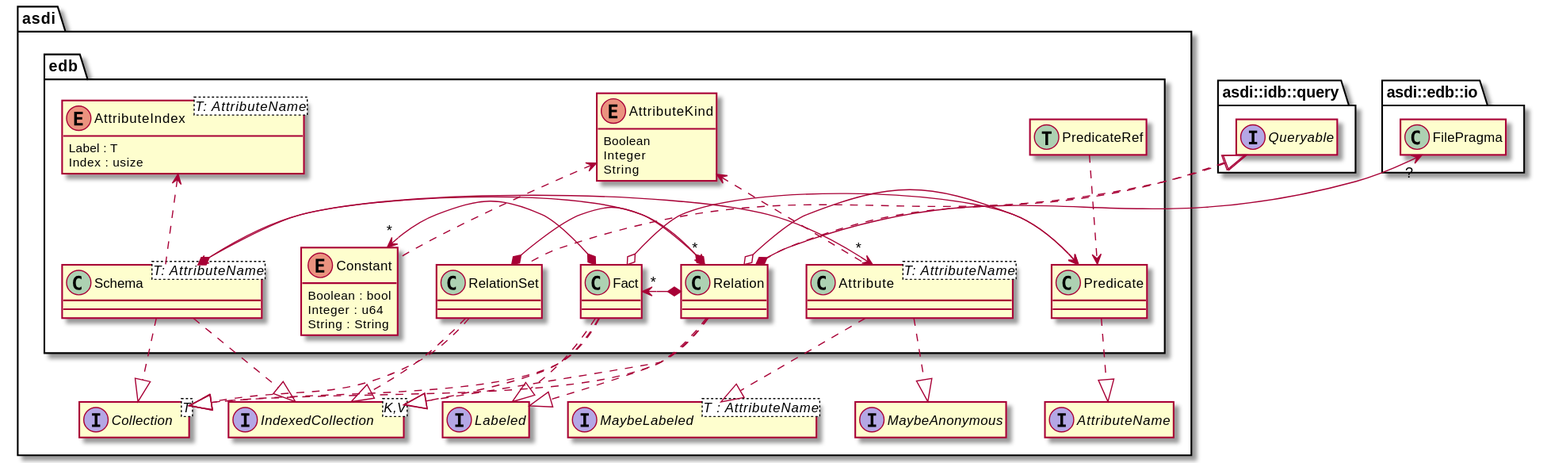
This is book/src/model/edb.svg from johnstonskj/rust-asdi, a PlantUML export, as it was before one commit.
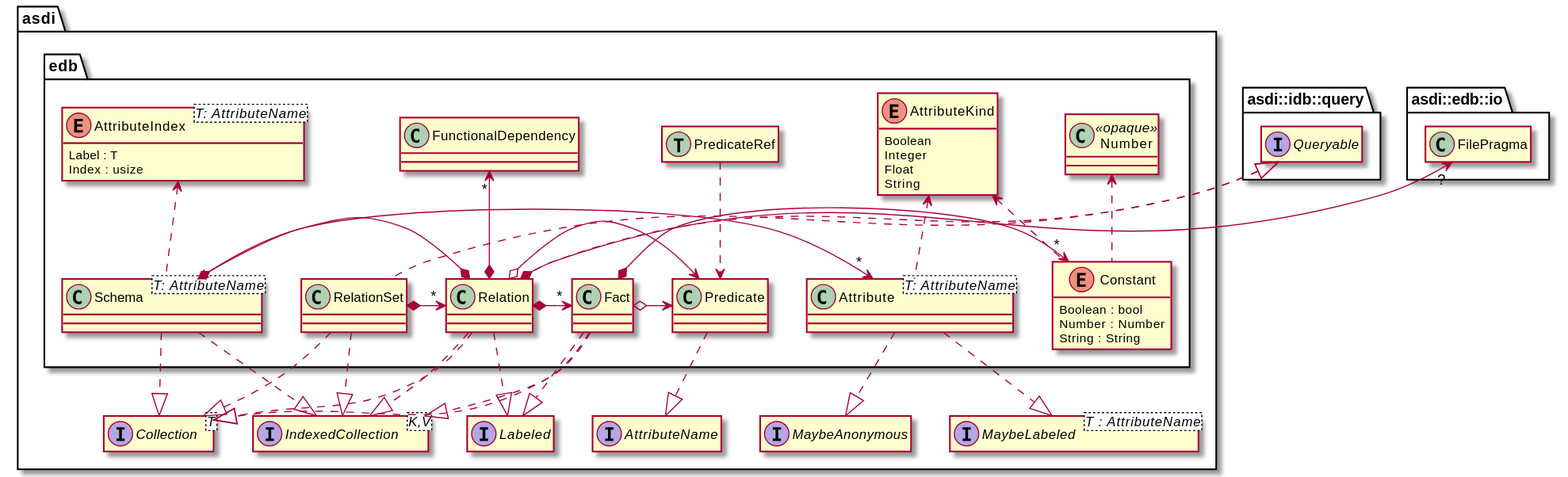
Later version of the same file.

Commit message:
Added new Number struct to constant to allow for more types in the future.

What changed in the source:
```diff
@@ -33,7 +33,8 @@
     class Relation
     class RelationSet
     class Schema<T: AttributeName>
-
+    class Number <<opaque>>
+    class FunctionalDependency
     class PredicateRef << (T,#ADD1B2) type >>
 
     PredicateRef ..> Predicate
@@ -45,11 +46,12 @@
     enum AttributeKind {
         Boolean
         Integer
+        Float
         String
     }
     enum Constant {
         Boolean : bool
-        Integer : u64
+        Number : Number
         String : String
     }
 
@@ -58,6 +60,7 @@
     Attribute .up.> AttributeKind
 
     Constant .up.> AttributeKind
+    Constant .up.> Number
 
     Fact ..|> asdi::Collection
     Fact ..|> asdi::IndexedCollection
@@ -75,6 +78,7 @@
     Relation *-> Schema
     Relation *-> "*" Fact
     Relation *-up-> "?" asdi::edb::io::FilePragma
+    Relation *-up-> "*" FunctionalDependency
 
     RelationSet ..|> asdi::Collection
     RelationSet ..|> asdi::IndexedCollection
```
